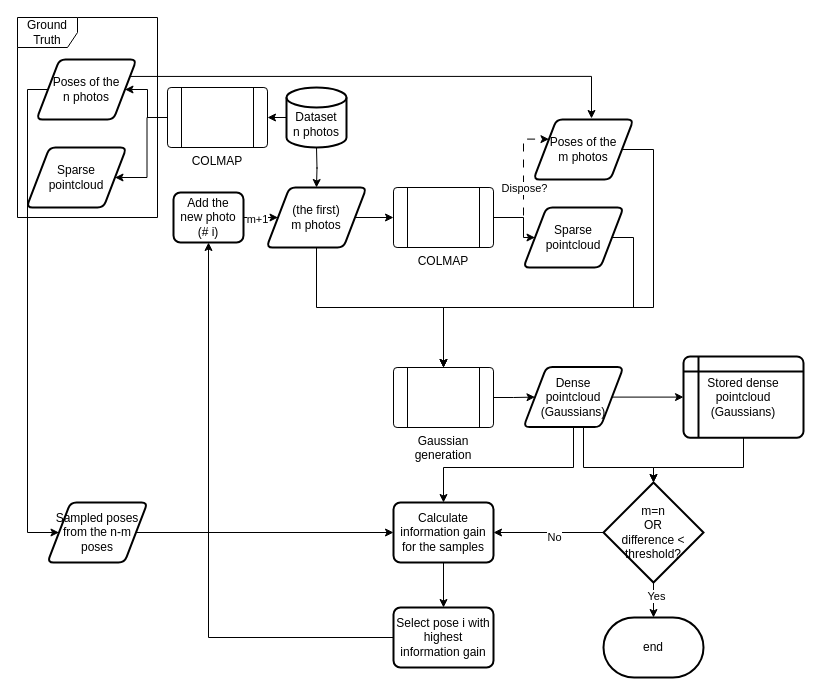
Earlier version of the draw.io diagram GS_flow.drawio (lemonci/Pattern_making). Source tidied: cells renumbered, new cells numbered last; positions are measured from the earlier drawing's top-left corner, leaving out a move shared by most shapes. Both pictures are drawn from the tidied source at 100%, with x=0, y=0 at pixel (17, 17).
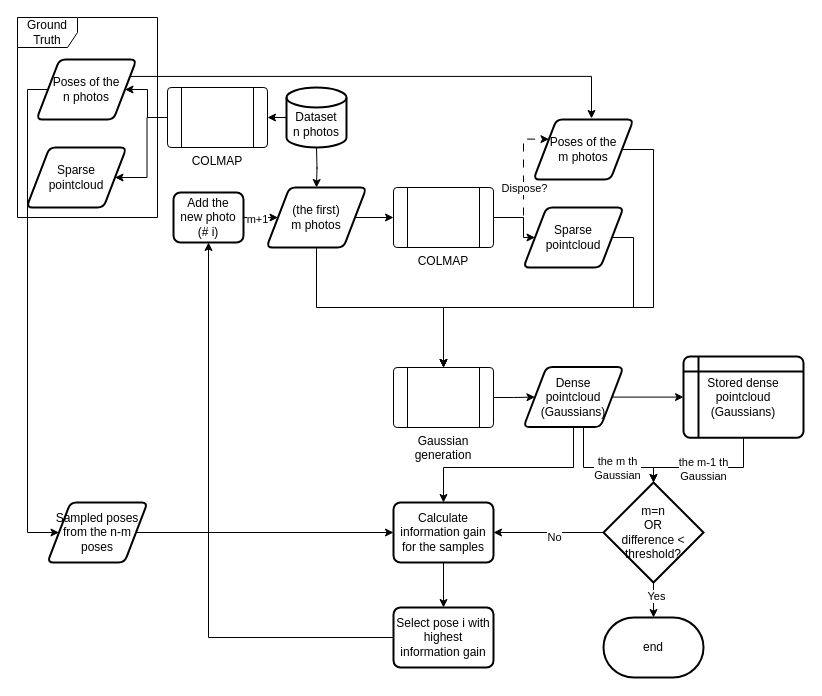
The same page after the edit.

The change refers to these unchanged cells:
```xml
<mxCell id="20" style="edgeStyle=orthogonalEdgeStyle;rounded=0;jettySize=auto;html=1;" parent="1" edge="1" source="21" target="24">
  <mxGeometry relative="1" as="geometry">
    <Array as="points">
      <mxPoint x="726" y="450" />
      <mxPoint x="636" y="450" />
    </Array>
  </mxGeometry>
</mxCell>
<mxCell id="25" style="edgeStyle=orthogonalEdgeStyle;rounded=0;jettySize=auto;html=1;exitX=0.5;exitY=1;exitDx=0;exitDy=0;entryX=0.5;entryY=0;entryDx=0;entryDy=0;entryPerimeter=0;" parent="1" edge="1" source="19" target="24">
  <mxGeometry relative="1" as="geometry">
    <Array as="points">
      <mxPoint x="566" y="450" />
      <mxPoint x="636" y="450" />
    </Array>
  </mxGeometry>
</mxCell>
```

The edit, as a diff of the source:
```diff
@@
+    <mxCell id="47" value="the m-1 th&lt;br&gt;Gaussian" style="edgeLabel;html=1;align=center;verticalAlign=middle;" parent="20" vertex="1">
+      <mxGeometry x="-0.18" y="1" relative="1" as="geometry">
+        <mxPoint x="-15" as="offset" />
+      </mxGeometry>
+    </mxCell>
@@
+    <mxCell id="48" value="&lt;div&gt;the m th&lt;br&gt;&lt;/div&gt;&lt;div&gt;Gaussian&lt;br&gt;&lt;/div&gt;" style="edgeLabel;html=1;align=center;verticalAlign=middle;" parent="25" vertex="1">
+      <mxGeometry x="0.08" y="1" relative="1" as="geometry">
+        <mxPoint x="11" y="1" as="offset" />
+      </mxGeometry>
+    </mxCell>
```
